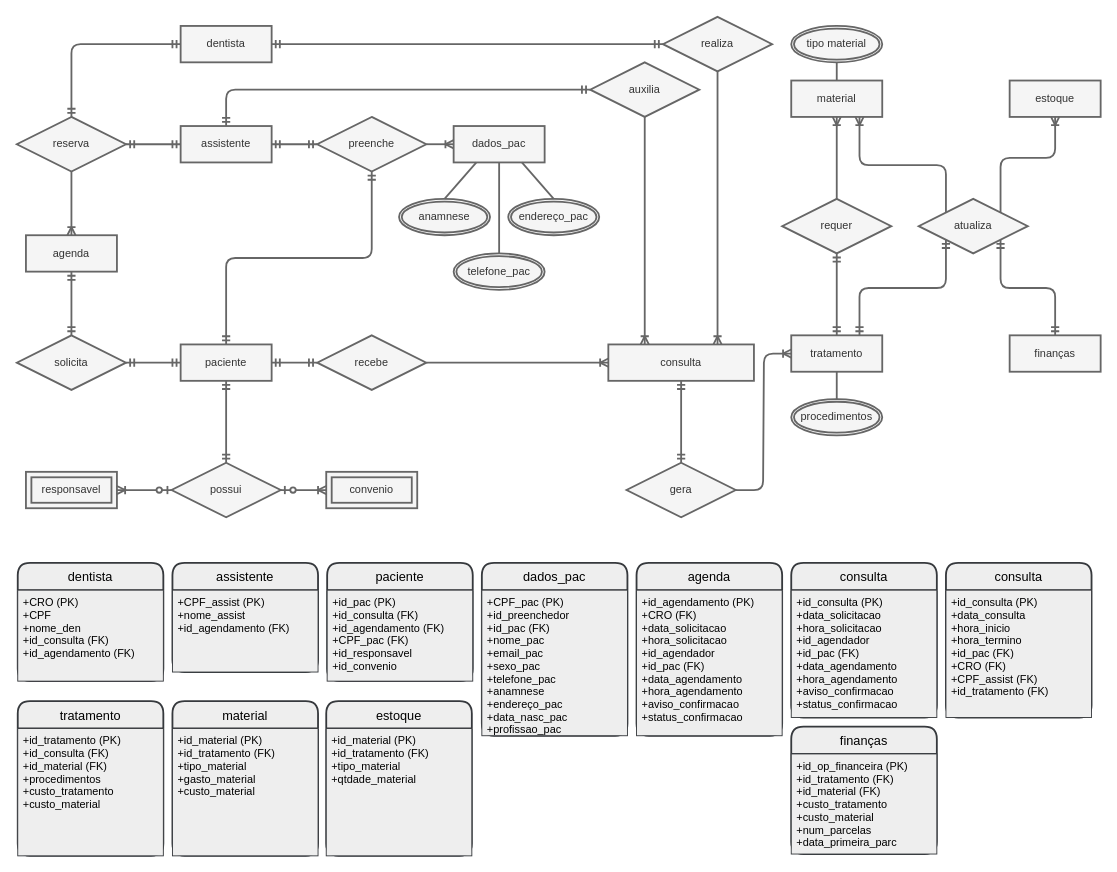
This is Diagrama sem nome.drawio from fabiollg/Diagrama-ER-Consultorio, a draw.io file, before an edit. Source tidied: cells renumbered, new cells numbered last; positions are measured from the earlier drawing's top-left corner, leaving out a move shared by most shapes. Both pictures are drawn from the tidied source at 91%, with x=0, y=0 at pixel (16, 16).
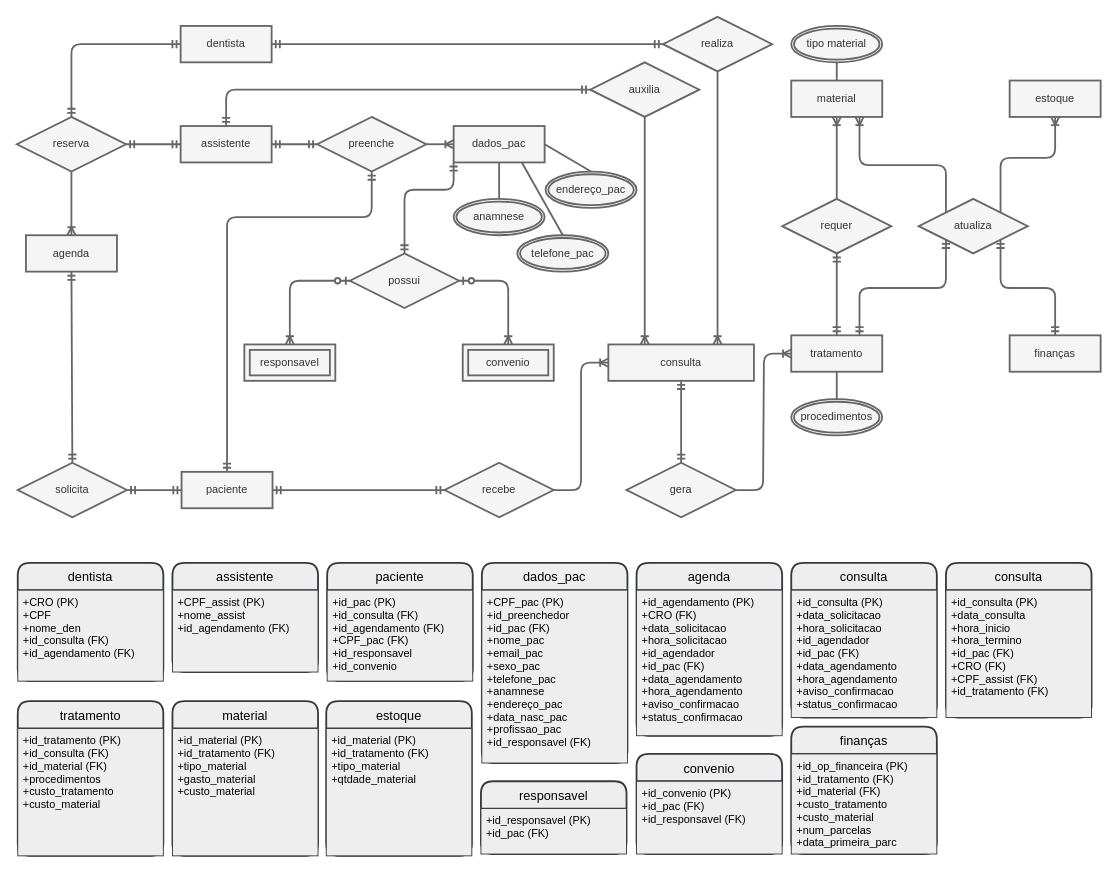
Above is the later version.

Commit message:
alterado a relação de responsavel e convenio

Unchanged cells that the change refers to:
```xml
<mxCell id="11" value="dados_pac" style="whiteSpace=wrap;html=1;align=center;fontColor=#333333;fillColor=#f5f5f5;strokeColor=#666666;strokeWidth=2;" parent="1" vertex="1">
  <mxGeometry x="480" y="120" width="100" height="40" as="geometry" />
</mxCell>
<mxCell id="12" value="preenche" style="shape=rhombus;perimeter=rhombusPerimeter;whiteSpace=wrap;html=1;align=center;fontColor=#333333;fillColor=#f5f5f5;strokeColor=#666666;strokeWidth=2;" parent="1" vertex="1">
  <mxGeometry x="330" y="110" width="120" height="60" as="geometry" />
</mxCell>
```

Diff of the diagram source:
```diff
@@
     <mxCell id="3" value="paciente" style="whiteSpace=wrap;html=1;align=center;fontColor=#333333;fillColor=#f5f5f5;strokeColor=#666666;strokeWidth=2;" parent="1" vertex="1">
-      <mxGeometry x="180" y="360" width="100" height="40" as="geometry" />
+      <mxGeometry x="181" y="500" width="100" height="40" as="geometry" />
     </mxCell>
@@
     <mxCell id="8" value="recebe" style="shape=rhombus;perimeter=rhombusPerimeter;whiteSpace=wrap;html=1;align=center;fontColor=#333333;fillColor=#f5f5f5;strokeColor=#666666;strokeWidth=2;" parent="1" vertex="1">
-      <mxGeometry x="330" y="350" width="120" height="60" as="geometry" />
+      <mxGeometry x="470" y="490" width="120" height="60" as="geometry" />
     </mxCell>
@@
     <mxCell id="16" style="fontSize=12;html=1;endArrow=ERmandOne;startArrow=ERmandOne;sketch=0;entryX=0.5;entryY=0;entryDx=0;entryDy=0;exitX=0.5;exitY=1;exitDx=0;exitDy=0;edgeStyle=orthogonalEdgeStyle;fontColor=#000000;fillColor=#f5f5f5;strokeColor=#666666;strokeWidth=2;" parent="1" edge="1" source="12" target="3">
-      <mxGeometry relative="1" as="geometry" />
+      <mxGeometry relative="1" as="geometry">
+        <Array as="points">
+          <mxPoint x="390" y="220" />
+          <mxPoint x="231" y="220" />
+        </Array>
+      </mxGeometry>
     </mxCell>
@@
     <mxCell id="44" value="dados_pac" style="swimlane;horizontal=1;startSize=30;rounded=1;fontSize=14;fontStyle=0;strokeWidth=2;shadow=0;dashed=0;align=center;fillColor=#eeeeee;strokeColor=#36393d;fontColor=#000000;" parent="1" vertex="1">
-      <mxGeometry x="511" y="600" width="160" height="190" as="geometry" />
+      <mxGeometry x="511" y="600" width="160" height="220" as="geometry" />
     </mxCell>
-    <mxCell id="45" value="+CPF_pac (PK)&#10;+id_preenchedor&#10;+id_pac (FK)&#10;+nome_pac&#10;+email_pac&#10;+sexo_pac&#10;+telefone_pac&#10;+anamnese&#10;+endereço_pac&#10;+data_nasc_pac&#10;+profissao_pac&#10;" style="align=left;strokeColor=#36393d;fillColor=#eeeeee;spacingLeft=4;fontSize=12;verticalAlign=top;fontColor=#000000;" parent="44" vertex="1">
-      <mxGeometry y="30" width="160" height="160" as="geometry" />
+    <mxCell id="45" value="+CPF_pac (PK)&#10;+id_preenchedor&#10;+id_pac (FK)&#10;+nome_pac&#10;+email_pac&#10;+sexo_pac&#10;+telefone_pac&#10;+anamnese&#10;+endereço_pac&#10;+data_nasc_pac&#10;+profissao_pac&#10;+id_responsavel (FK)" style="align=left;strokeColor=#36393d;fillColor=#eeeeee;spacingLeft=4;fontSize=12;verticalAlign=top;fontColor=#000000;" parent="44" vertex="1">
+      <mxGeometry y="30" width="160" height="190" as="geometry" />
     </mxCell>
     <mxCell id="46" value="solicita" style="shape=rhombus;perimeter=rhombusPerimeter;whiteSpace=wrap;html=1;align=center;fontColor=#333333;fillColor=#f5f5f5;strokeColor=#666666;strokeWidth=2;" parent="1" vertex="1">
-      <mxGeometry y="350" width="120" height="60" as="geometry" />
+      <mxGeometry x="1" y="490" width="120" height="60" as="geometry" />
     </mxCell>
@@
     <mxCell id="48" value="possui" style="shape=rhombus;perimeter=rhombusPerimeter;whiteSpace=wrap;html=1;align=center;fontColor=#333333;fillColor=#f5f5f5;strokeColor=#666666;strokeWidth=2;" parent="1" vertex="1">
-      <mxGeometry x="170" y="490" width="120" height="60" as="geometry" />
+      <mxGeometry x="366" y="260" width="120" height="60" as="geometry" />
     </mxCell>
-    <mxCell id="49" style="fontSize=12;html=1;endArrow=ERmandOne;startArrow=ERmandOne;entryX=0.5;entryY=0;entryDx=0;entryDy=0;exitX=0.5;exitY=1;exitDx=0;exitDy=0;fontColor=#000000;fillColor=#f5f5f5;strokeColor=#666666;strokeWidth=2;" parent="1" edge="1" source="3" target="48">
-      <mxGeometry relative="1" as="geometry" />
+    <mxCell id="49" style="fontSize=12;html=1;endArrow=ERmandOne;startArrow=ERmandOne;exitX=0;exitY=1;exitDx=0;exitDy=0;fontColor=#000000;fillColor=#f5f5f5;strokeColor=#666666;strokeWidth=2;entryX=0.5;entryY=0;entryDx=0;entryDy=0;edgeStyle=orthogonalEdgeStyle;" parent="1" edge="1" source="11" target="48">
+      <mxGeometry relative="1" as="geometry">
+        <Array as="points">
+          <mxPoint x="480" y="190" />
+          <mxPoint x="426" y="190" />
+        </Array>
+      </mxGeometry>
     </mxCell>
     <mxCell id="50" value="responsavel" style="shape=ext;margin=3;double=1;whiteSpace=wrap;html=1;align=center;fontColor=#333333;fillColor=#f5f5f5;strokeColor=#666666;strokeWidth=2;" parent="1" vertex="1">
-      <mxGeometry x="10" y="500" width="100" height="40" as="geometry" />
+      <mxGeometry x="250" y="360" width="100" height="40" as="geometry" />
     </mxCell>
     <mxCell id="51" value="convenio" style="shape=ext;margin=3;double=1;whiteSpace=wrap;html=1;align=center;fontColor=#333333;fillColor=#f5f5f5;strokeColor=#666666;strokeWidth=2;" parent="1" vertex="1">
-      <mxGeometry x="340" y="500" width="100" height="40" as="geometry" />
+      <mxGeometry x="490" y="360" width="100" height="40" as="geometry" />
     </mxCell>
-    <mxCell id="52" style="edgeStyle=entityRelationEdgeStyle;fontSize=12;html=1;endArrow=ERoneToMany;startArrow=ERzeroToOne;exitX=0;exitY=0.5;exitDx=0;exitDy=0;entryX=1;entryY=0.5;entryDx=0;entryDy=0;fontColor=#000000;fillColor=#f5f5f5;strokeColor=#666666;strokeWidth=2;" parent="1" edge="1" source="48" target="50">
+    <mxCell id="52" style="fontSize=12;html=1;endArrow=ERoneToMany;startArrow=ERzeroToOne;exitX=0;exitY=0.5;exitDx=0;exitDy=0;entryX=0.5;entryY=0;entryDx=0;entryDy=0;fontColor=#000000;fillColor=#f5f5f5;strokeColor=#666666;strokeWidth=2;edgeStyle=orthogonalEdgeStyle;" parent="1" edge="1" source="48" target="50">
       <mxGeometry relative="1" as="geometry" />
     </mxCell>
-    <mxCell id="53" style="edgeStyle=entityRelationEdgeStyle;fontSize=12;html=1;endArrow=ERoneToMany;startArrow=ERzeroToOne;exitX=1;exitY=0.5;exitDx=0;exitDy=0;entryX=0;entryY=0.5;entryDx=0;entryDy=0;fontColor=#000000;fillColor=#f5f5f5;strokeColor=#666666;strokeWidth=2;" parent="1" edge="1" source="48" target="51">
+    <mxCell id="53" style="edgeStyle=orthogonalEdgeStyle;fontSize=12;html=1;endArrow=ERoneToMany;startArrow=ERzeroToOne;exitX=1;exitY=0.5;exitDx=0;exitDy=0;entryX=0.5;entryY=0;entryDx=0;entryDy=0;fontColor=#000000;fillColor=#f5f5f5;strokeColor=#666666;strokeWidth=2;" parent="1" edge="1" source="48" target="51">
       <mxGeometry relative="1" as="geometry" />
     </mxCell>
     <mxCell id="54" value="anamnese" style="ellipse;shape=doubleEllipse;margin=3;whiteSpace=wrap;html=1;align=center;fontColor=#333333;fillColor=#f5f5f5;strokeColor=#666666;strokeWidth=2;" parent="1" vertex="1">
-      <mxGeometry x="420" y="200" width="100" height="40" as="geometry" />
+      <mxGeometry x="480" y="200" width="100" height="40" as="geometry" />
     </mxCell>
-    <mxCell id="55" style="endArrow=none;html=1;rounded=0;exitX=0.25;exitY=1;exitDx=0;exitDy=0;entryX=0.5;entryY=0;entryDx=0;entryDy=0;fontColor=#000000;fillColor=#f5f5f5;strokeColor=#666666;strokeWidth=2;" parent="1" edge="1" source="11" target="54">
+    <mxCell id="55" style="endArrow=none;html=1;rounded=0;exitX=0.5;exitY=1;exitDx=0;exitDy=0;entryX=0.5;entryY=0;entryDx=0;entryDy=0;fontColor=#000000;fillColor=#f5f5f5;strokeColor=#666666;strokeWidth=2;" parent="1" edge="1" source="11" target="54">
       <mxGeometry relative="1" as="geometry" />
     </mxCell>
     <mxCell id="56" value="endereço_pac" style="ellipse;shape=doubleEllipse;margin=3;whiteSpace=wrap;html=1;align=center;fontColor=#333333;fillColor=#f5f5f5;strokeColor=#666666;strokeWidth=2;" parent="1" vertex="1">
-      <mxGeometry x="540" y="200" width="100" height="40" as="geometry" />
+      <mxGeometry x="581" y="170" width="100" height="40" as="geometry" />
     </mxCell>
-    <mxCell id="57" style="endArrow=none;html=1;rounded=0;exitX=0.75;exitY=1;exitDx=0;exitDy=0;entryX=0.5;entryY=0;entryDx=0;entryDy=0;fontColor=#000000;fillColor=#f5f5f5;strokeColor=#666666;strokeWidth=2;" parent="1" edge="1" source="11" target="56">
+    <mxCell id="57" style="endArrow=none;html=1;rounded=0;exitX=1;exitY=0.5;exitDx=0;exitDy=0;entryX=0.5;entryY=0;entryDx=0;entryDy=0;fontColor=#000000;fillColor=#f5f5f5;strokeColor=#666666;strokeWidth=2;" parent="1" edge="1" source="11" target="56">
       <mxGeometry relative="1" as="geometry" />
     </mxCell>
     <mxCell id="58" value="telefone_pac" style="ellipse;shape=doubleEllipse;margin=3;whiteSpace=wrap;html=1;align=center;fontColor=#333333;fillColor=#f5f5f5;strokeColor=#666666;strokeWidth=2;" parent="1" vertex="1">
-      <mxGeometry x="480" y="260" width="100" height="40" as="geometry" />
+      <mxGeometry x="550" y="240" width="100" height="40" as="geometry" />
     </mxCell>
-    <mxCell id="59" style="endArrow=none;html=1;rounded=0;exitX=0.5;exitY=1;exitDx=0;exitDy=0;entryX=0.5;entryY=0;entryDx=0;entryDy=0;fontColor=#000000;fillColor=#f5f5f5;strokeColor=#666666;strokeWidth=2;" parent="1" edge="1" source="11" target="58">
+    <mxCell id="59" style="endArrow=none;html=1;rounded=0;exitX=0.75;exitY=1;exitDx=0;exitDy=0;entryX=0.5;entryY=0;entryDx=0;entryDy=0;fontColor=#000000;fillColor=#f5f5f5;strokeColor=#666666;strokeWidth=2;" parent="1" edge="1" source="11" target="58">
       <mxGeometry relative="1" as="geometry" />
     </mxCell>
@@
+    <mxCell id="81" value="responsavel" style="swimlane;horizontal=1;startSize=30;rounded=1;fontSize=14;fontStyle=0;strokeWidth=2;shadow=0;dashed=0;align=center;fillColor=#eeeeee;strokeColor=#36393d;fontColor=#000000;" parent="1" vertex="1">
+      <mxGeometry x="510" y="840" width="160" height="80" as="geometry" />
+    </mxCell>
+    <mxCell id="82" value="+id_responsavel (PK)&#10;+id_pac (FK)" style="align=left;strokeColor=#36393d;fillColor=#eeeeee;spacingLeft=4;fontSize=12;verticalAlign=top;fontColor=#000000;" parent="81" vertex="1">
+      <mxGeometry y="30" width="160" height="50" as="geometry" />
+    </mxCell>
+    <mxCell id="83" value="convenio" style="swimlane;horizontal=1;startSize=30;rounded=1;fontSize=14;fontStyle=0;strokeWidth=2;shadow=0;dashed=0;align=center;fillColor=#eeeeee;strokeColor=#36393d;fontColor=#000000;" parent="1" vertex="1">
+      <mxGeometry x="681" y="810" width="160" height="110" as="geometry" />
+    </mxCell>
+    <mxCell id="84" value="+id_convenio (PK)&#10;+id_pac (FK)&#10;+id_responsavel (FK)" style="align=left;strokeColor=#36393d;fillColor=#eeeeee;spacingLeft=4;fontSize=12;verticalAlign=top;fontColor=#000000;" parent="83" vertex="1">
+      <mxGeometry y="30" width="160" height="80" as="geometry" />
+    </mxCell>
```
